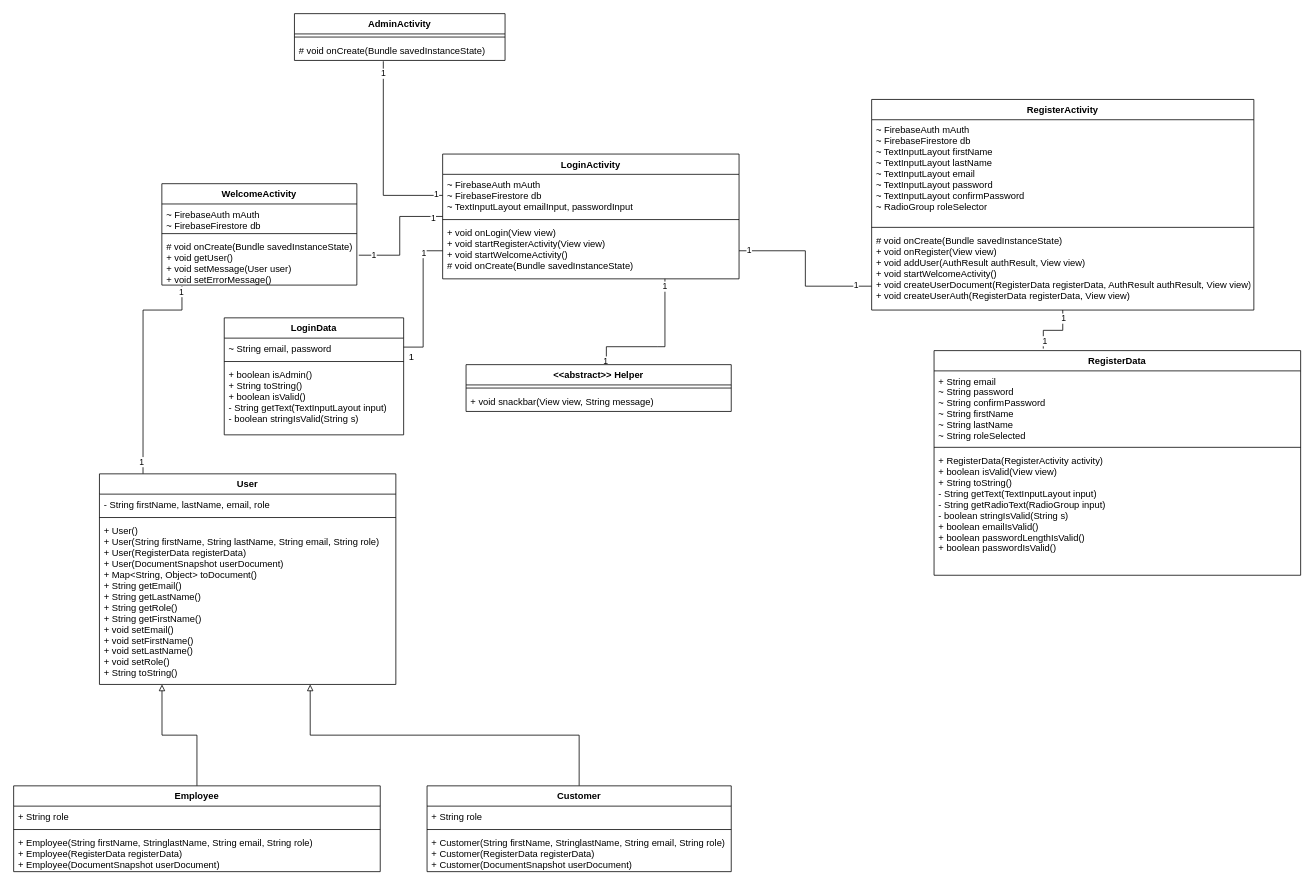
This is UML Diagram.drawio from SEG2105-uottawa/Service-Novigrad, a draw.io file, before an edit. Source tidied: cells renumbered, new cells numbered last; positions are measured from the earlier drawing's top-left corner, leaving out a move shared by most shapes. Both pictures are drawn from the tidied source at 78%, with x=0, y=0 at pixel (13, 13).
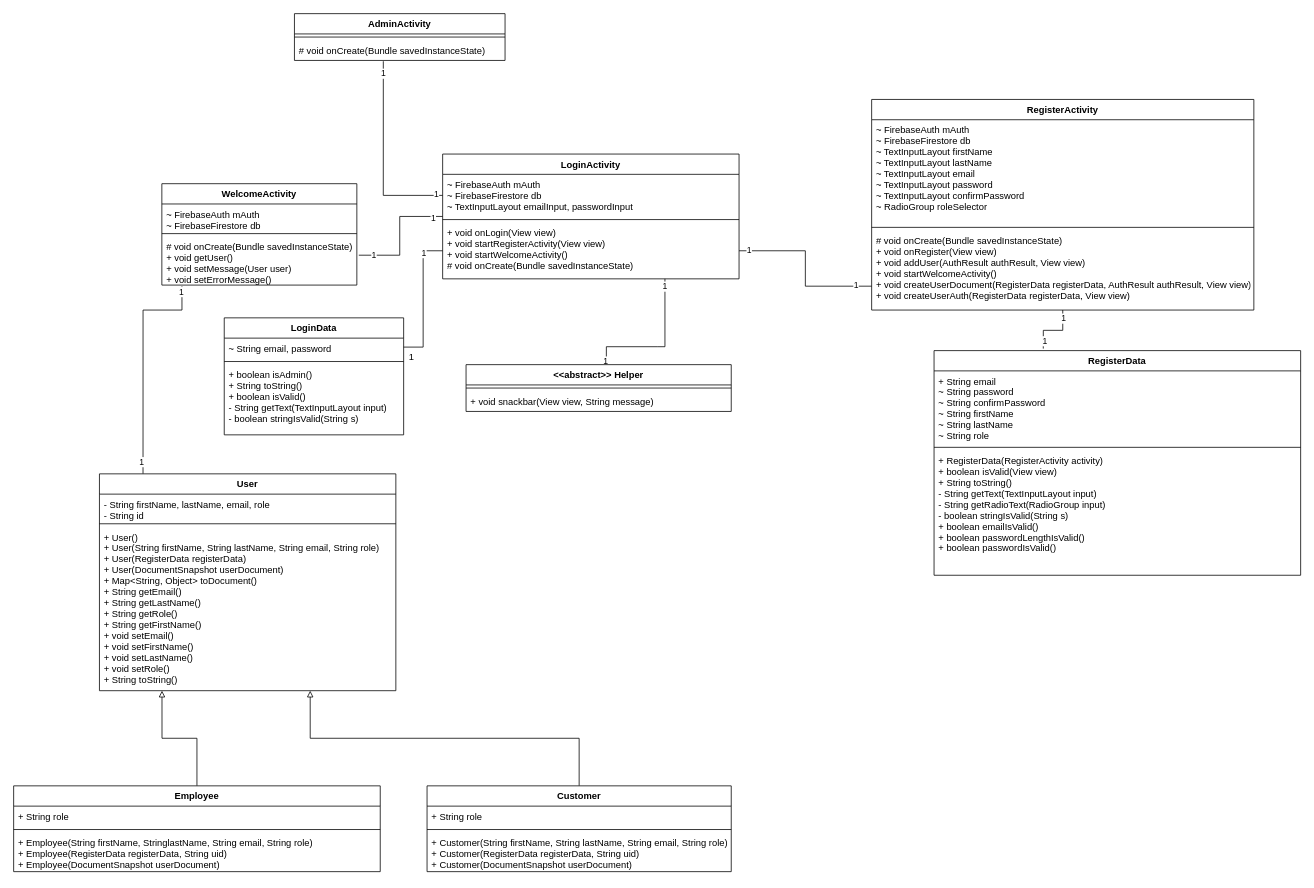
After the change.

Commit message (it also covers changes not shown here):
UML update for uid

Unchanged cells that the change refers to:
```xml
<mxCell id="48" value="Employee" style="swimlane;fontStyle=1;align=center;verticalAlign=top;horizontal=1;startSize=26;" parent="1" vertex="1">
  <mxGeometry y="990" width="470" height="110" as="geometry" />
</mxCell>
<mxCell id="52" value="Customer" style="swimlane;fontStyle=1;align=center;verticalAlign=top;horizontal=1;startSize=26;" parent="1" vertex="1">
  <mxGeometry x="530" y="990" width="390" height="110" as="geometry" />
</mxCell>
<mxCell id="56" value="RegisterData" style="swimlane;fontStyle=1;align=center;verticalAlign=top;horizontal=1;startSize=26;" parent="1" vertex="1">
  <mxGeometry x="1180" y="432" width="470" height="288" as="geometry" />
</mxCell>
```

What changed in the source:
```diff
@@
     <mxCell id="26" value="User" style="swimlane;fontStyle=1;align=center;verticalAlign=top;horizontal=1;startSize=26;" parent="1" vertex="1">
-      <mxGeometry x="110" y="590" width="380" height="270" as="geometry" />
+      <mxGeometry x="110" y="590" width="380" height="278" as="geometry" />
     </mxCell>
-    <mxCell id="27" value="- String firstName, lastName, email, role" style="text;strokeColor=none;fillColor=none;align=left;verticalAlign=top;spacingLeft=4;spacingRight=4;overflow=hidden;" parent="26" vertex="1">
-      <mxGeometry y="26" width="380" height="26" as="geometry" />
+    <mxCell id="27" value="- String firstName, lastName, email, role&#10;- String id&#10;" style="text;strokeColor=none;fillColor=none;align=left;verticalAlign=top;spacingLeft=4;spacingRight=4;overflow=hidden;" parent="26" vertex="1">
+      <mxGeometry y="26" width="380" height="34" as="geometry" />
     </mxCell>
     <mxCell id="28" style="line;strokeWidth=1;fillColor=none;align=left;verticalAlign=middle;spacingTop=-1;spacingLeft=3;spacingRight=3;labelPosition=right;" parent="26" vertex="1">
-      <mxGeometry y="52" width="380" height="8" as="geometry" />
+      <mxGeometry y="60" width="380" height="8" as="geometry" />
     </mxCell>
     <mxCell id="29" value="+ User()&#10;+ User(String firstName, String lastName, String email, String role)&#10;+ User(RegisterData registerData)&#10;+ User(DocumentSnapshot userDocument)&#10;+ Map&lt;String, Object&gt; toDocument()&#10;+ String getEmail()&#10;+ String getLastName()&#10;+ String getRole()&#10;+ String getFirstName()&#10;+ void setEmail()&#10;+ void setFirstName()&#10;+ void setLastName() &#10;+ void setRole()&#10;+ String toString()&#10;&#10;" style="text;strokeColor=none;fillColor=none;align=left;verticalAlign=top;spacingLeft=4;spacingRight=4;overflow=hidden;points=[[0,0.5],[1,0.5]];portConstraint=eastwest;" parent="26" vertex="1">
-      <mxGeometry y="60" width="380" height="210" as="geometry" />
+      <mxGeometry y="68" width="380" height="210" as="geometry" />
     </mxCell>
@@
-    <mxCell id="51" value="+ Employee(String firstName, StringlastName, String email, String role)&#10;+ Employee(RegisterData registerData)&#10;+ Employee(DocumentSnapshot userDocument)&#10;&#10;" style="text;strokeColor=none;fillColor=none;align=left;verticalAlign=top;spacingLeft=4;spacingRight=4;overflow=hidden;" parent="48" vertex="1">
+    <mxCell id="51" value="+ Employee(String firstName, StringlastName, String email, String role)&#10;+ Employee(RegisterData registerData, String uid)&#10;+ Employee(DocumentSnapshot userDocument)&#10;&#10;" style="text;strokeColor=none;fillColor=none;align=left;verticalAlign=top;spacingLeft=4;spacingRight=4;overflow=hidden;" parent="48" vertex="1">
       <mxGeometry y="60" width="470" height="50" as="geometry" />
     </mxCell>
@@
-    <mxCell id="55" value="+ Customer(String firstName, StringlastName, String email, String role)&#10;+ Customer(RegisterData registerData)&#10;+ Customer(DocumentSnapshot userDocument)&#10;&#10;&#10;&#10;" style="text;strokeColor=none;fillColor=none;align=left;verticalAlign=top;spacingLeft=4;spacingRight=4;overflow=hidden;" parent="52" vertex="1">
+    <mxCell id="55" value="+ Customer(String firstName, String lastName, String email, String role)&#10;+ Customer(RegisterData registerData, String uid)&#10;+ Customer(DocumentSnapshot userDocument)&#10;&#10;&#10;&#10;" style="text;strokeColor=none;fillColor=none;align=left;verticalAlign=top;spacingLeft=4;spacingRight=4;overflow=hidden;" parent="52" vertex="1">
       <mxGeometry y="60" width="390" height="50" as="geometry" />
     </mxCell>
@@
-    <mxCell id="57" value="+ String email&#10;~ String password&#10;~ String confirmPassword &#10;~ String firstName &#10;~ String lastName &#10;~ String roleSelected" style="text;strokeColor=none;fillColor=none;align=left;verticalAlign=top;spacingLeft=4;spacingRight=4;overflow=hidden;" parent="56" vertex="1">
+    <mxCell id="57" value="+ String email&#10;~ String password&#10;~ String confirmPassword &#10;~ String firstName &#10;~ String lastName &#10;~ String role" style="text;strokeColor=none;fillColor=none;align=left;verticalAlign=top;spacingLeft=4;spacingRight=4;overflow=hidden;" parent="56" vertex="1">
       <mxGeometry y="26" width="470" height="94" as="geometry" />
     </mxCell>
```
